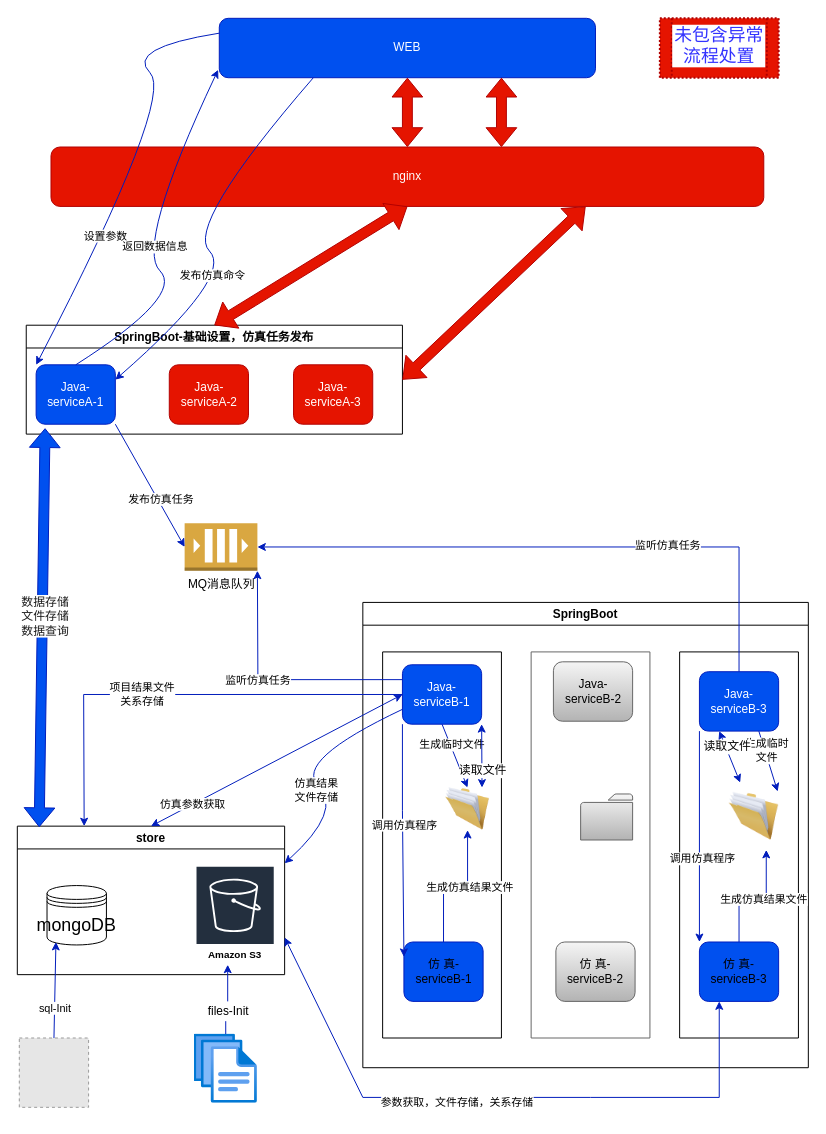
Earlier version of the draw.io diagram doc/TechBusiness.drawio (yezhen701/VTCAD). Source tidied: cells renumbered, new cells numbered last; positions are measured from the earlier drawing's top-left corner, leaving out a move shared by most shapes. Both pictures are drawn from the tidied source at 99%, with x=0, y=0 at pixel (17, 18). Pictures stored in the file or linked from it are replaced by grey dashed boxes.
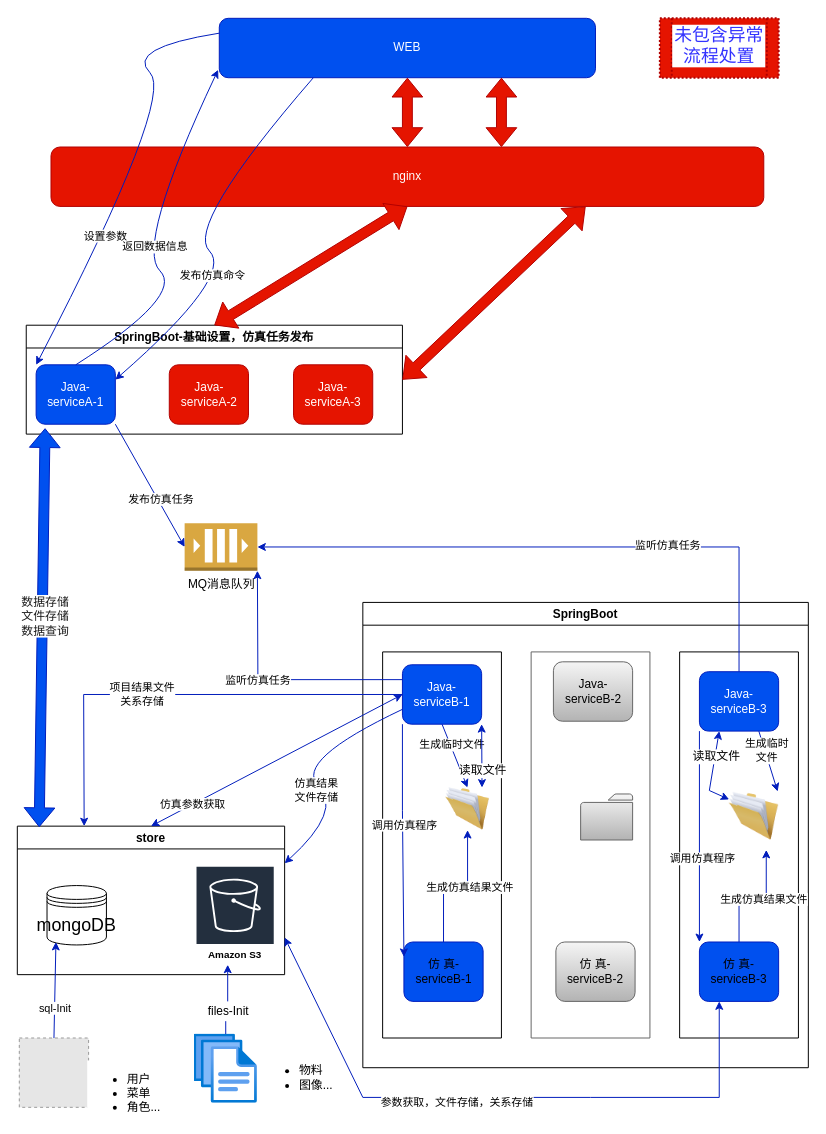
The same diagram, later.

The change refers to these unchanged cells:
```xml
<mxCell id="28" style="swimlane;startSize=0;fontColor=default;strokeColor=default;fillColor=default;" parent="11" vertex="1">
  <mxGeometry x="320" y="50" width="120" height="390" as="geometry" />
</mxCell>
<mxCell id="29" value="Java-serviceB-3" style="rounded=1;whiteSpace=wrap;html=1;strokeColor=#001DBC;fillColor=#0050ef;fontColor=#ffffff;" parent="28" vertex="1">
  <mxGeometry x="20" y="20" width="80" height="60" as="geometry" />
</mxCell>
<mxCell id="31" style="image;html=1;image=img/lib/clip_art/general/Full_Folder_128x128.png;shadow=0;dashed=0;labelBackgroundColor=#ffffff;fontColor=default;strokeColor=default;strokeWidth=2;fillColor=none;verticalAlign=top;" parent="28" vertex="1">
  <mxGeometry x="50" y="132" width="50" height="68" as="geometry" />
</mxCell>
```

What changed in the source:
```diff
@@
-    <mxCell id="38" style="endArrow=classic;startArrow=classic;html=1;rounded=0;labelBackgroundColor=default;fontSize=12;fontColor=default;strokeColor=#001DBC;entryX=0.25;entryY=1;entryDx=0;entryDy=0;fillColor=#0050ef;" parent="28" edge="1" source="31" target="29">
-      <mxGeometry relative="1" as="geometry" />
+    <mxCell id="38" style="endArrow=classic;startArrow=classic;html=1;rounded=0;labelBackgroundColor=default;fontSize=12;fontColor=default;strokeColor=#001DBC;entryX=0.25;entryY=1;entryDx=0;entryDy=0;fillColor=#0050ef;exitX=0;exitY=0.25;exitDx=0;exitDy=0;" parent="28" edge="1" source="31" target="29">
+      <mxGeometry relative="1" as="geometry">
+        <Array as="points">
+          <mxPoint x="30" y="140" />
+        </Array>
+      </mxGeometry>
     </mxCell>
-    <mxCell id="39" value="读取文件" style="edgeLabel;html=1;align=center;verticalAlign=middle;fontSize=12;fontColor=default;" parent="38" vertex="1">
+    <mxCell id="39" value="读取文件" style="edgeLabel;html=1;align=center;verticalAlign=middle;fontSize=12;fontColor=default;labelBackgroundColor=default;" parent="38" vertex="1">
       <mxGeometry x="0.38" relative="1" as="geometry">
         <mxPoint x="1" as="offset" />
       </mxGeometry>
     </mxCell>
@@
+    <mxCell id="74" value="&lt;ul&gt;&lt;li&gt;用户&lt;/li&gt;&lt;li&gt;菜单&amp;nbsp;&lt;/li&gt;&lt;li&gt;角色...&lt;/li&gt;&lt;/ul&gt;" style="text;strokeColor=none;fillColor=none;html=1;whiteSpace=wrap;verticalAlign=middle;overflow=hidden;shadow=0;dashed=1;dashPattern=1 1;labelBackgroundColor=default;fontSize=12;fontColor=default;" parent="1" vertex="1">
+      <mxGeometry x="69" y="1050" width="90" height="60" as="geometry" />
+    </mxCell>
+    <mxCell id="75" value="&lt;ul&gt;&lt;li&gt;物料&lt;/li&gt;&lt;li&gt;图像...&lt;/li&gt;&lt;/ul&gt;" style="text;strokeColor=none;fillColor=none;html=1;whiteSpace=wrap;verticalAlign=middle;overflow=hidden;shadow=0;dashed=1;dashPattern=1 1;labelBackgroundColor=default;fontSize=12;fontColor=default;" parent="1" vertex="1">
+      <mxGeometry x="243" y="1040" width="90" height="60" as="geometry" />
+    </mxCell>
```
